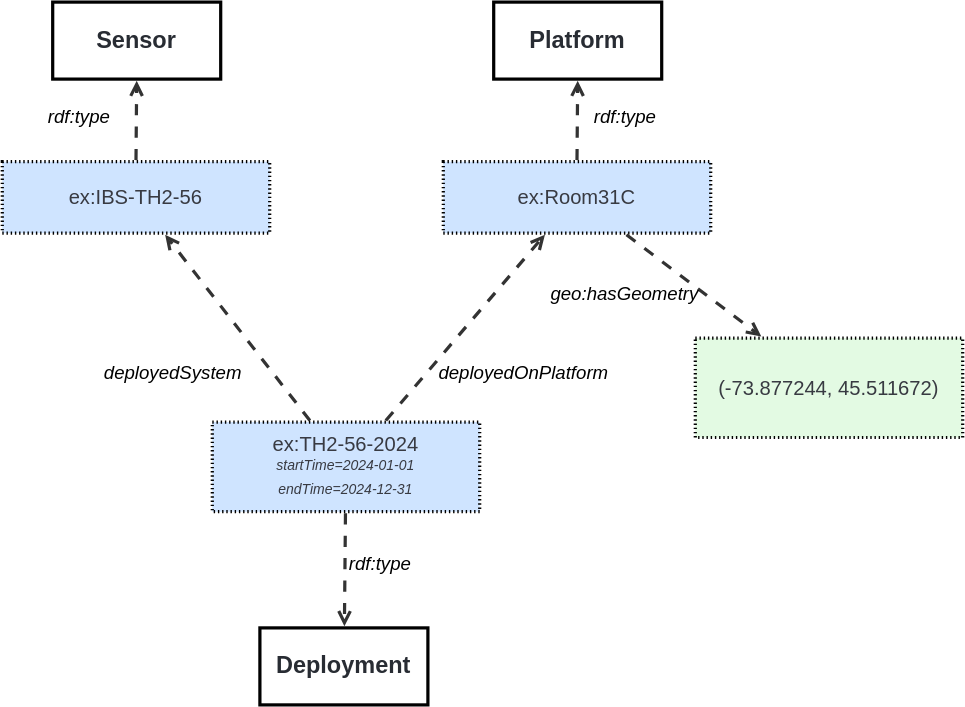
w3c/sdw-sosa-ssn keeps this draw.io diagram as ssn/images/LocatedDeployment.svg. Above is the earlier version. Source tidied: cells renumbered, new cells last; positions are measured from the earlier drawing's top-left corner, leaving out a move shared by most shapes. Source of this version:
```xml
<mxGraphModel>
  <root>
    <mxCell id="0" />
    <mxCell id="1" parent="0" />
    <mxCell id="2" style="html=1;jettySize=18;whiteSpace=wrap;fontSize=13;strokeColor=#333333;strokeOpacity=100;dashed=1;fixDash=1;dashPattern=8 8;strokeWidth=2.3;rounded=0;startArrow=none;endArrow=open;exitX=0.365;exitY=-0.018;exitPerimeter=0;entryX=0.609;entryY=1.022;entryPerimeter=0;lucidId=sctLujutS-8.;" parent="1" edge="1" source="6" target="3">
      <mxGeometry relative="1" as="geometry" />
    </mxCell>
    <mxCell id="3" value="&lt;font face=&quot;Helvetica&quot;&gt;ex:IBS-TH2-56&lt;/font&gt;" style="html=1;overflow=block;blockSpacing=1;whiteSpace=wrap;fontSize=14.4;fontFamily=DejaVu Sans Mono;fontColor=#383a42;align=center;spacing=0;strokeOpacity=100;fillOpacity=100;fillColor=#cfe4ff;dashed=1;fixDash=1;dashPattern=1 2;strokeWidth=2.3;" parent="1" vertex="1">
      <mxGeometry y="114" width="191" height="51" as="geometry" />
    </mxCell>
    <mxCell id="4" style="html=1;jettySize=18;whiteSpace=wrap;fontSize=13;strokeColor=#333333;strokeOpacity=100;dashed=1;fixDash=1;dashPattern=8 8;strokeWidth=2.3;rounded=0;startArrow=none;endArrow=open;exitX=0.649;exitY=-0.018;exitPerimeter=0;entryX=0.38;entryY=1.022;entryPerimeter=0;lucidId=sctLJVu9iMUp;" parent="1" edge="1" source="6" target="5">
      <mxGeometry relative="1" as="geometry" />
    </mxCell>
    <mxCell id="5" value="&lt;font face=&quot;Helvetica&quot;&gt;ex:Room31C&lt;/font&gt;" style="html=1;overflow=block;blockSpacing=1;whiteSpace=wrap;fontSize=14.4;fontFamily=DejaVu Sans Mono;fontColor=#383a42;align=center;spacing=0;strokeOpacity=100;fillOpacity=100;fillColor=#cfe4ff;dashed=1;fixDash=1;dashPattern=1 2;strokeWidth=2.3;" parent="1" vertex="1">
      <mxGeometry x="315" y="114" width="191" height="51" as="geometry" />
    </mxCell>
    <mxCell id="6" value="&lt;div style=&quot;display: flex; justify-content: center; text-align: center; align-items: baseline; font-size: 0; line-height: 1.25;margin-top: -2px;&quot;&gt;&lt;span&gt;&lt;span style=&quot;font-size: 14.4px; color: rgb(56, 58, 66);&quot;&gt;&lt;font face=&quot;Helvetica&quot;&gt;ex:TH2-56-2024&lt;br&gt;&lt;/font&gt;&lt;/span&gt;&lt;/span&gt;&lt;/div&gt;&lt;div style=&quot;display: flex; justify-content: center; text-align: center; align-items: baseline; font-size: 0; line-height: 1.25;margin-top: -2px;&quot;&gt;&lt;span&gt;&lt;span style=&quot;font-size: 13px; color: rgb(56, 58, 66);&quot;&gt;&lt;span style=&quot;font-size: 10px; color: rgb(56, 58, 66); font-style: italic;&quot;&gt;&lt;font face=&quot;Helvetica&quot;&gt;startTime=2024-01-01&lt;br&gt;endTime=2024-12-31&lt;/font&gt;&lt;/span&gt;&lt;/span&gt;&lt;/span&gt;&lt;/div&gt;" style="align=center;whiteSpace=wrap;overflow=block;blockSpacing=1;html=1;fontFamily=DejaVu Sans Mono;fontSize=13;spacing=0;strokeOpacity=100;fillOpacity=100;fillColor=#cfe4ff;dashed=1;fixDash=1;dashPattern=1 2;strokeWidth=2.3;" parent="1" vertex="1">
      <mxGeometry x="150" y="300" width="191" height="64" as="geometry" />
    </mxCell>
    <mxCell id="7" value="Sensor" style="html=1;overflow=block;blockSpacing=1;whiteSpace=wrap;fontSize=16.8;fontColor=#282c33;fontStyle=1;align=center;spacing=0;strokeOpacity=100;fillOpacity=0;fillColor=#000000;strokeWidth=2.3;" parent="1" vertex="1">
      <mxGeometry x="36" width="120" height="55" as="geometry" />
    </mxCell>
    <mxCell id="8" value="Platform" style="html=1;overflow=block;blockSpacing=1;whiteSpace=wrap;fontSize=16.8;fontColor=#282c33;fontStyle=1;align=center;spacing=0;strokeOpacity=100;fillOpacity=0;fillColor=#000000;strokeWidth=2.3;" parent="1" vertex="1">
      <mxGeometry x="351" width="120" height="55" as="geometry" />
    </mxCell>
    <mxCell id="9" value="Deployment" style="html=1;overflow=block;blockSpacing=1;whiteSpace=wrap;fontSize=16.8;fontColor=#282c33;fontStyle=1;align=center;spacing=0;strokeOpacity=100;fillOpacity=0;fillColor=#000000;strokeWidth=2.3;" parent="1" vertex="1">
      <mxGeometry x="184" y="447" width="120" height="55" as="geometry" />
    </mxCell>
    <mxCell id="10" value="deployedSystem" style="html=1;overflow=block;blockSpacing=1;whiteSpace=wrap;fontSize=13.3;fontStyle=2;align=left;spacing=3.8;verticalAlign=top;strokeColor=none;fillOpacity=0;fillColor=#ffffff;dashed=1;fixDash=1;dashPattern=16 6;strokeWidth=0;lucidId=kStLkB8U_8pj;" parent="1" vertex="1">
      <mxGeometry x="70" y="255" width="186" height="24" as="geometry" />
    </mxCell>
    <mxCell id="11" value="deployedOnPlatform" style="html=1;overflow=block;blockSpacing=1;whiteSpace=wrap;fontSize=13.3;fontStyle=2;align=left;spacing=3.8;verticalAlign=top;strokeColor=none;fillOpacity=0;fillColor=#ffffff;dashed=1;fixDash=1;dashPattern=16 6;strokeWidth=0;lucidId=YStLV_qkxyaw;" parent="1" vertex="1">
      <mxGeometry x="309" y="255" width="186" height="24" as="geometry" />
    </mxCell>
    <mxCell id="12" style="html=1;jettySize=18;whiteSpace=wrap;fontSize=13;strokeColor=#333333;strokeOpacity=100;dashed=1;fixDash=1;dashPattern=8 8;strokeWidth=2.3;rounded=0;startArrow=none;endArrow=open;exitX=0.498;exitY=1.018;exitPerimeter=0;entryX=0.503;entryY=-0.021;entryPerimeter=0;lucidId=oTtLk.k-bgJs;" parent="1" edge="1" source="6" target="9">
      <mxGeometry relative="1" as="geometry" />
    </mxCell>
    <mxCell id="13" value="rdf:type" style="html=1;overflow=block;blockSpacing=1;whiteSpace=wrap;fontSize=13.3;fontStyle=2;align=left;spacing=3.8;verticalAlign=top;strokeColor=none;fillOpacity=0;fillColor=#ffffff;dashed=1;fixDash=1;dashPattern=16 6;strokeWidth=0;lucidId=PTtLEa9msLEy;" parent="1" vertex="1">
      <mxGeometry x="420" y="72" width="70" height="28" as="geometry" />
    </mxCell>
    <mxCell id="14" style="html=1;jettySize=18;whiteSpace=wrap;fontSize=13;strokeColor=#333333;strokeOpacity=100;dashed=1;fixDash=1;dashPattern=8 8;strokeWidth=2.3;rounded=0;startArrow=none;endArrow=open;exitX=0.5;exitY=-0.022;exitPerimeter=0;entryX=0.5;entryY=1.021;entryPerimeter=0;lucidId=-TtLfdlv07Q4;" parent="1" edge="1" source="5" target="8">
      <mxGeometry relative="1" as="geometry" />
    </mxCell>
    <mxCell id="15" value="rdf:type" style="html=1;overflow=block;blockSpacing=1;whiteSpace=wrap;fontSize=13.3;fontStyle=2;align=left;spacing=3.8;verticalAlign=top;strokeColor=none;fillOpacity=0;fillColor=#ffffff;dashed=1;fixDash=1;dashPattern=16 6;strokeWidth=0;lucidId=IUtLrM7hSAFz;" parent="1" vertex="1">
      <mxGeometry x="245" y="391" width="70" height="28" as="geometry" />
    </mxCell>
    <mxCell id="16" value="rdf:type" style="html=1;overflow=block;blockSpacing=1;whiteSpace=wrap;fontSize=13.3;fontStyle=2;align=left;spacing=3.8;verticalAlign=top;strokeColor=none;fillOpacity=0;fillColor=#ffffff;dashed=1;fixDash=1;dashPattern=16 6;strokeWidth=0;lucidId=OUtL23e8k-J.;" parent="1" vertex="1">
      <mxGeometry x="30" y="72" width="70" height="28" as="geometry" />
    </mxCell>
    <mxCell id="17" style="html=1;jettySize=18;whiteSpace=wrap;fontSize=13;strokeColor=#333333;strokeOpacity=100;dashed=1;fixDash=1;dashPattern=8 8;strokeWidth=2.3;rounded=0;startArrow=none;endArrow=open;exitX=0.5;exitY=-0.022;exitPerimeter=0;entryX=0.5;entryY=1.021;entryPerimeter=0;lucidId=UUtL-zGaZhmc;" parent="1" edge="1" source="3" target="7">
      <mxGeometry relative="1" as="geometry" />
    </mxCell>
    <mxCell id="18" value="&lt;font face=&quot;Helvetica&quot;&gt;(-73.877244, 45.511672)&lt;/font&gt;" style="points=[[0.247,-0.016,0]];html=1;overflow=block;blockSpacing=1;whiteSpace=wrap;fontSize=14.4;fontFamily=DejaVu Sans Mono;fontColor=#383a42;align=center;spacing=0;strokeOpacity=100;fillOpacity=100;fillColor=#e3fae3;dashed=1;fixDash=1;dashPattern=1 2;strokeWidth=2.3;" parent="1" vertex="1">
      <mxGeometry x="495" y="240" width="191" height="71" as="geometry" />
    </mxCell>
    <mxCell id="19" style="html=1;jettySize=18;whiteSpace=wrap;fontSize=13;strokeColor=#333333;strokeOpacity=100;dashed=1;fixDash=1;dashPattern=8 8;strokeWidth=2.3;rounded=0;startArrow=none;endArrow=open;exitX=0.685;exitY=1.022;exitPerimeter=0;entryX=0.247;entryY=-0.016;entryPerimeter=0;lucidId=ZYtLhyIyaS8z;" parent="1" edge="1" source="5" target="18">
      <mxGeometry relative="1" as="geometry" />
    </mxCell>
    <mxCell id="20" value="geo:hasGeometry" style="html=1;overflow=block;blockSpacing=1;whiteSpace=wrap;fontSize=13.3;fontStyle=2;align=left;spacing=3.8;verticalAlign=top;strokeColor=none;fillOpacity=0;fillColor=#ffffff;dashed=1;fixDash=1;dashPattern=16 6;strokeWidth=0;lucidId=.YtLANzjclbX;" parent="1" vertex="1">
      <mxGeometry x="389" y="198" width="101" height="24" as="geometry" />
    </mxCell>
  </root>
</mxGraphModel>
```
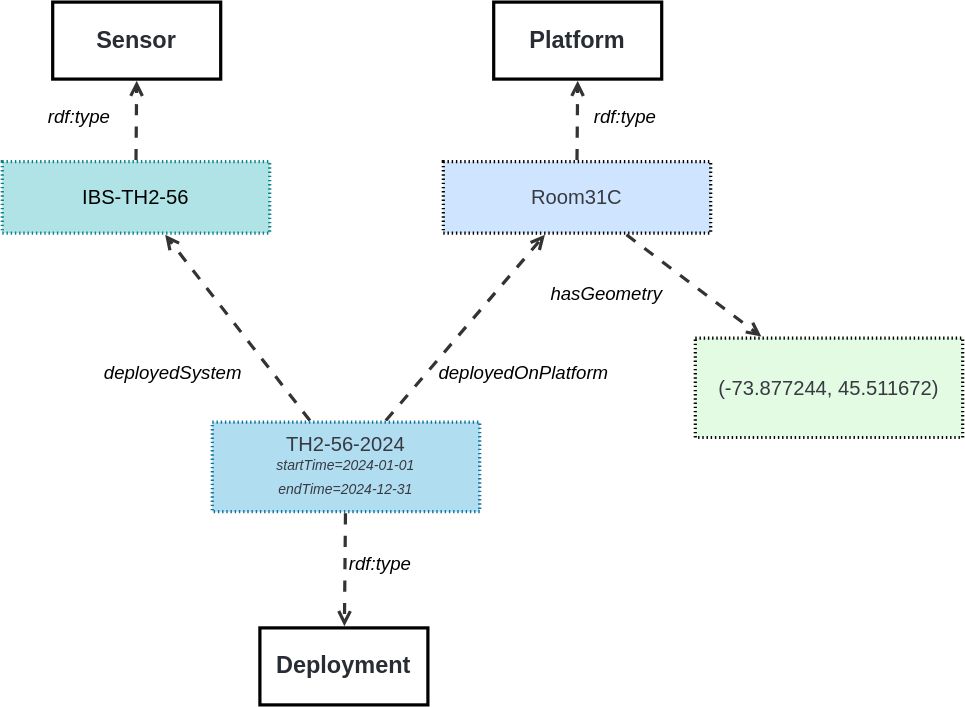
The same diagram one commit later.

Commit message:
Diagram colours

Diff of the diagram source:
```diff
@@ -5,16 +5,16 @@
     <mxCell id="2" style="html=1;jettySize=18;whiteSpace=wrap;fontSize=13;strokeColor=#333333;strokeOpacity=100;dashed=1;fixDash=1;dashPattern=8 8;strokeWidth=2.3;rounded=0;startArrow=none;endArrow=open;exitX=0.365;exitY=-0.018;exitPerimeter=0;entryX=0.609;entryY=1.022;entryPerimeter=0;lucidId=sctLujutS-8.;" parent="1" edge="1" source="6" target="3">
       <mxGeometry relative="1" as="geometry" />
     </mxCell>
-    <mxCell id="3" value="&lt;font face=&quot;Helvetica&quot;&gt;ex:IBS-TH2-56&lt;/font&gt;" style="html=1;overflow=block;blockSpacing=1;whiteSpace=wrap;fontSize=14.4;fontFamily=DejaVu Sans Mono;fontColor=#383a42;align=center;spacing=0;strokeOpacity=100;fillOpacity=100;fillColor=#cfe4ff;dashed=1;fixDash=1;dashPattern=1 2;strokeWidth=2.3;" parent="1" vertex="1">
+    <mxCell id="3" value="&lt;font face=&quot;Helvetica&quot;&gt;IBS-TH2-56&lt;/font&gt;" style="html=1;overflow=block;blockSpacing=1;whiteSpace=wrap;fontSize=14.4;fontFamily=DejaVu Sans Mono;align=center;spacing=0;strokeOpacity=100;fillOpacity=100;fillColor=#b0e3e6;dashed=1;fixDash=1;dashPattern=1 2;strokeWidth=2.3;strokeColor=#0e8088;" parent="1" vertex="1">
       <mxGeometry y="114" width="191" height="51" as="geometry" />
     </mxCell>
     <mxCell id="4" style="html=1;jettySize=18;whiteSpace=wrap;fontSize=13;strokeColor=#333333;strokeOpacity=100;dashed=1;fixDash=1;dashPattern=8 8;strokeWidth=2.3;rounded=0;startArrow=none;endArrow=open;exitX=0.649;exitY=-0.018;exitPerimeter=0;entryX=0.38;entryY=1.022;entryPerimeter=0;lucidId=sctLJVu9iMUp;" parent="1" edge="1" source="6" target="5">
       <mxGeometry relative="1" as="geometry" />
     </mxCell>
-    <mxCell id="5" value="&lt;font face=&quot;Helvetica&quot;&gt;ex:Room31C&lt;/font&gt;" style="html=1;overflow=block;blockSpacing=1;whiteSpace=wrap;fontSize=14.4;fontFamily=DejaVu Sans Mono;fontColor=#383a42;align=center;spacing=0;strokeOpacity=100;fillOpacity=100;fillColor=#cfe4ff;dashed=1;fixDash=1;dashPattern=1 2;strokeWidth=2.3;" parent="1" vertex="1">
+    <mxCell id="5" value="&lt;font face=&quot;Helvetica&quot;&gt;Room31C&lt;/font&gt;" style="html=1;overflow=block;blockSpacing=1;whiteSpace=wrap;fontSize=14.4;fontFamily=DejaVu Sans Mono;fontColor=#383a42;align=center;spacing=0;strokeOpacity=100;fillOpacity=100;fillColor=#cfe4ff;dashed=1;fixDash=1;dashPattern=1 2;strokeWidth=2.3;" parent="1" vertex="1">
       <mxGeometry x="315" y="114" width="191" height="51" as="geometry" />
     </mxCell>
-    <mxCell id="6" value="&lt;div style=&quot;display: flex; justify-content: center; text-align: center; align-items: baseline; font-size: 0; line-height: 1.25;margin-top: -2px;&quot;&gt;&lt;span&gt;&lt;span style=&quot;font-size: 14.4px; color: rgb(56, 58, 66);&quot;&gt;&lt;font face=&quot;Helvetica&quot;&gt;ex:TH2-56-2024&lt;br&gt;&lt;/font&gt;&lt;/span&gt;&lt;/span&gt;&lt;/div&gt;&lt;div style=&quot;display: flex; justify-content: center; text-align: center; align-items: baseline; font-size: 0; line-height: 1.25;margin-top: -2px;&quot;&gt;&lt;span&gt;&lt;span style=&quot;font-size: 13px; color: rgb(56, 58, 66);&quot;&gt;&lt;span style=&quot;font-size: 10px; color: rgb(56, 58, 66); font-style: italic;&quot;&gt;&lt;font face=&quot;Helvetica&quot;&gt;startTime=2024-01-01&lt;br&gt;endTime=2024-12-31&lt;/font&gt;&lt;/span&gt;&lt;/span&gt;&lt;/span&gt;&lt;/div&gt;" style="align=center;whiteSpace=wrap;overflow=block;blockSpacing=1;html=1;fontFamily=DejaVu Sans Mono;fontSize=13;spacing=0;strokeOpacity=100;fillOpacity=100;fillColor=#cfe4ff;dashed=1;fixDash=1;dashPattern=1 2;strokeWidth=2.3;" parent="1" vertex="1">
+    <mxCell id="6" value="&lt;div style=&quot;display: flex; justify-content: center; text-align: center; align-items: baseline; font-size: 0; line-height: 1.25;margin-top: -2px;&quot;&gt;&lt;span&gt;&lt;span style=&quot;font-size: 14.4px; color: rgb(56, 58, 66);&quot;&gt;&lt;font face=&quot;Helvetica&quot;&gt;TH2-56-2024&lt;br&gt;&lt;/font&gt;&lt;/span&gt;&lt;/span&gt;&lt;/div&gt;&lt;div style=&quot;display: flex; justify-content: center; text-align: center; align-items: baseline; font-size: 0; line-height: 1.25;margin-top: -2px;&quot;&gt;&lt;span&gt;&lt;span style=&quot;font-size: 13px; color: rgb(56, 58, 66);&quot;&gt;&lt;span style=&quot;font-size: 10px; color: rgb(56, 58, 66); font-style: italic;&quot;&gt;&lt;font face=&quot;Helvetica&quot;&gt;startTime=2024-01-01&lt;br&gt;endTime=2024-12-31&lt;/font&gt;&lt;/span&gt;&lt;/span&gt;&lt;/span&gt;&lt;/div&gt;" style="align=center;whiteSpace=wrap;overflow=block;blockSpacing=1;html=1;fontFamily=DejaVu Sans Mono;fontSize=13;spacing=0;strokeOpacity=100;fillOpacity=100;fillColor=#b1ddf0;dashed=1;fixDash=1;dashPattern=1 2;strokeWidth=2.3;strokeColor=#10739e;" parent="1" vertex="1">
       <mxGeometry x="150" y="300" width="191" height="64" as="geometry" />
     </mxCell>
     <mxCell id="7" value="Sensor" style="html=1;overflow=block;blockSpacing=1;whiteSpace=wrap;fontSize=16.8;fontColor=#282c33;fontStyle=1;align=center;spacing=0;strokeOpacity=100;fillOpacity=0;fillColor=#000000;strokeWidth=2.3;" parent="1" vertex="1">
@@ -56,7 +56,7 @@
     <mxCell id="19" style="html=1;jettySize=18;whiteSpace=wrap;fontSize=13;strokeColor=#333333;strokeOpacity=100;dashed=1;fixDash=1;dashPattern=8 8;strokeWidth=2.3;rounded=0;startArrow=none;endArrow=open;exitX=0.685;exitY=1.022;exitPerimeter=0;entryX=0.247;entryY=-0.016;entryPerimeter=0;lucidId=ZYtLhyIyaS8z;" parent="1" edge="1" source="5" target="18">
       <mxGeometry relative="1" as="geometry" />
     </mxCell>
-    <mxCell id="20" value="geo:hasGeometry" style="html=1;overflow=block;blockSpacing=1;whiteSpace=wrap;fontSize=13.3;fontStyle=2;align=left;spacing=3.8;verticalAlign=top;strokeColor=none;fillOpacity=0;fillColor=#ffffff;dashed=1;fixDash=1;dashPattern=16 6;strokeWidth=0;lucidId=.YtLANzjclbX;" parent="1" vertex="1">
+    <mxCell id="20" value="hasGeometry" style="html=1;overflow=block;blockSpacing=1;whiteSpace=wrap;fontSize=13.3;fontStyle=2;align=left;spacing=3.8;verticalAlign=top;strokeColor=none;fillOpacity=0;fillColor=#ffffff;dashed=1;fixDash=1;dashPattern=16 6;strokeWidth=0;lucidId=.YtLANzjclbX;" parent="1" vertex="1">
       <mxGeometry x="389" y="198" width="101" height="24" as="geometry" />
     </mxCell>
   </root>
```
